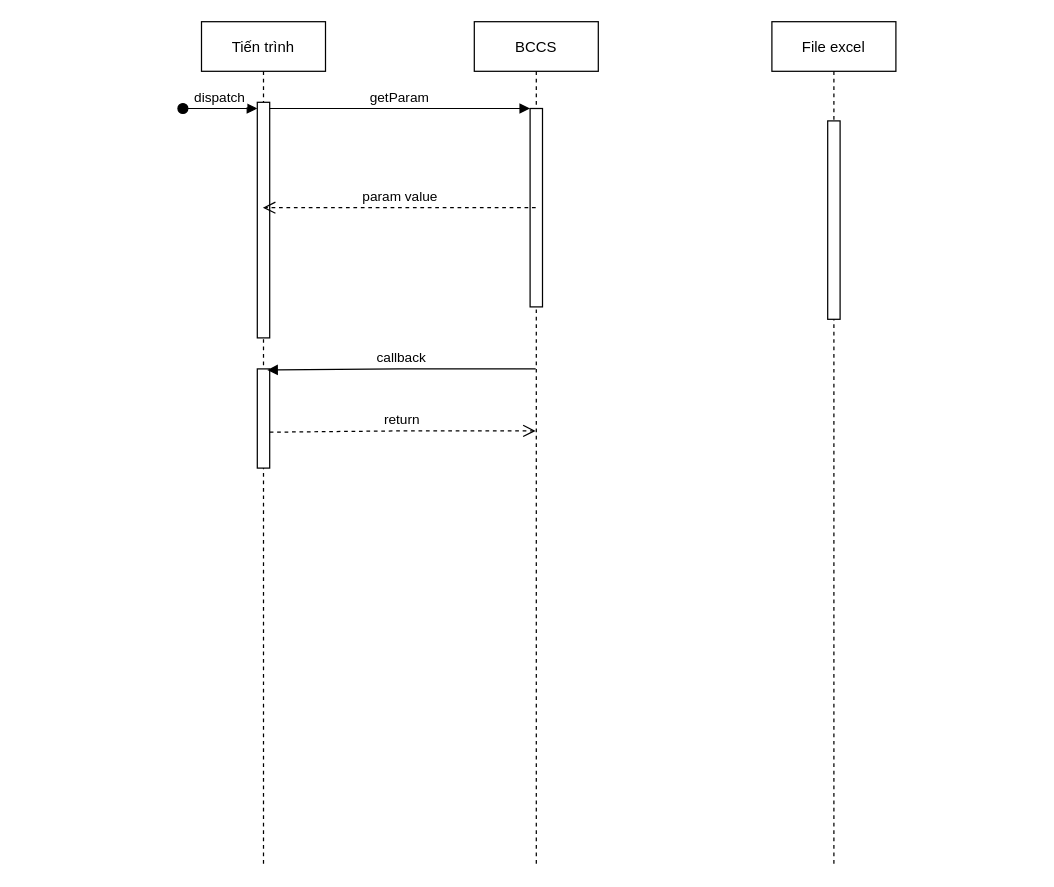
Before: Untitled Diagram.drawio in tvthieu/testmerge, a draw.io diagram. Source tidied: cells renumbered, new cells numbered last; positions are measured from the earlier drawing's top-left corner, leaving out a move shared by most shapes. Both pictures are drawn from the tidied source at 124%, with x=0, y=0 at pixel (182, 21).
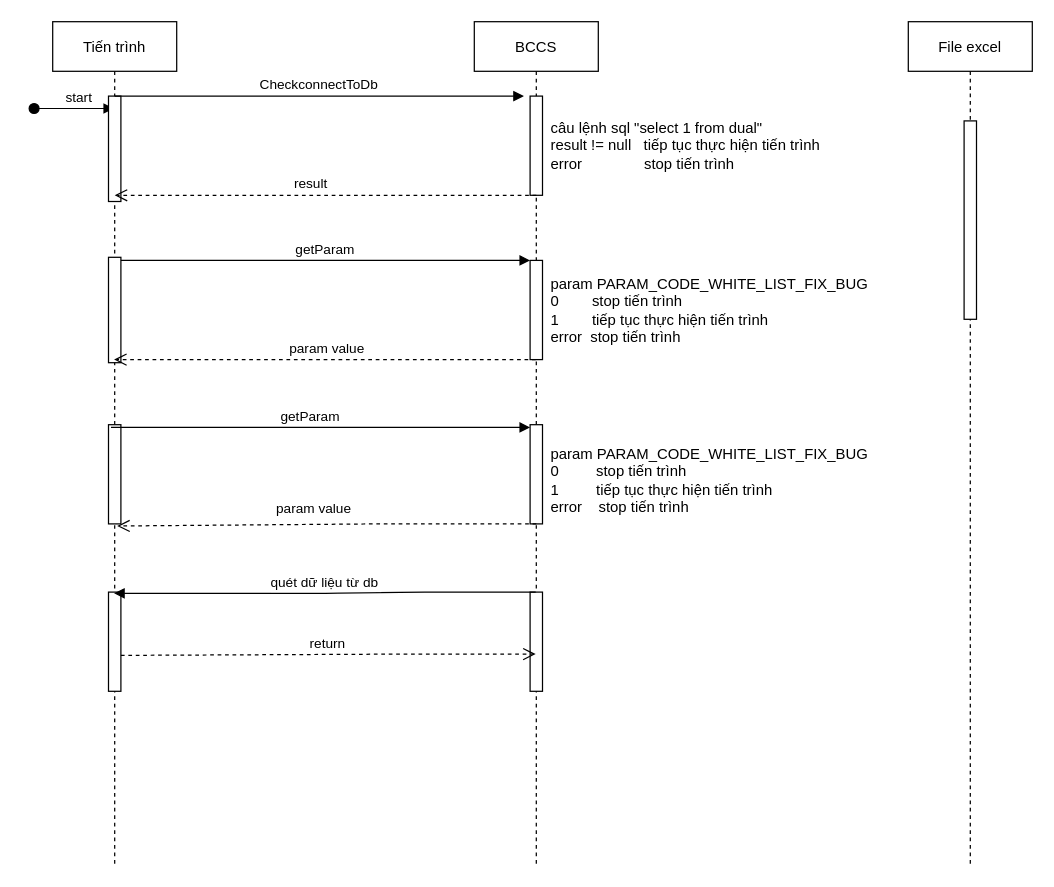
The same diagram, later.

The change refers to these unchanged cells:
```xml
<mxCell id="6" value="BCCS" style="shape=umlLifeline;perimeter=lifelinePerimeter;rounded=0;shadow=0;strokeWidth=1;" parent="1" vertex="1">
  <mxGeometry x="235" width="100" height="680" as="geometry" />
</mxCell>
```

The edit, as a diff of the source:
```diff
@@
     <mxCell id="2" value="Tiến trình" style="shape=umlLifeline;perimeter=lifelinePerimeter;rounded=0;shadow=0;strokeWidth=1;" parent="1" vertex="1">
-      <mxGeometry x="15" width="100" height="680" as="geometry" />
+      <mxGeometry x="-105" width="100" height="680" as="geometry" />
     </mxCell>
     <mxCell id="3" style="points=[];perimeter=orthogonalPerimeter;rounded=0;shadow=0;strokeWidth=1;" parent="2" vertex="1">
-      <mxGeometry x="45" y="65" width="10" height="190" as="geometry" />
+      <mxGeometry x="45" y="190" width="10" height="85" as="geometry" />
     </mxCell>
-    <mxCell id="4" value="dispatch" style="verticalAlign=bottom;startArrow=oval;endArrow=block;startSize=8;shadow=0;strokeWidth=1;" parent="2" edge="1" target="3">
-      <mxGeometry relative="1" as="geometry">
+    <mxCell id="4" value="start " style="verticalAlign=bottom;startArrow=oval;endArrow=block;startSize=8;shadow=0;strokeWidth=1;" parent="2" edge="1" target="2">
+      <mxGeometry x="0.17" relative="1" as="geometry">
         <mxPoint x="-15" y="70" as="sourcePoint" />
       </mxGeometry>
     </mxCell>
     <mxCell id="5" style="points=[];perimeter=orthogonalPerimeter;rounded=0;shadow=0;strokeWidth=1;" parent="2" vertex="1">
-      <mxGeometry x="45" y="280" width="10" height="80" as="geometry" />
+      <mxGeometry x="45" y="460" width="10" height="80" as="geometry" />
     </mxCell>
+    <mxCell id="14" style="perimeter=orthogonalPerimeter;rounded=0;shadow=0;strokeWidth=1;" parent="2" vertex="1">
+      <mxGeometry x="45" y="325" width="10" height="80" as="geometry" />
+    </mxCell>
+    <mxCell id="15" style="perimeter=orthogonalPerimeter;rounded=0;shadow=0;strokeWidth=1;" parent="2" vertex="1">
+      <mxGeometry x="45" y="60" width="10" height="85" as="geometry" />
+    </mxCell>
@@
     <mxCell id="7" style="points=[];perimeter=orthogonalPerimeter;rounded=0;shadow=0;strokeWidth=1;" parent="6" vertex="1">
-      <mxGeometry x="45" y="70" width="10" height="160" as="geometry" />
+      <mxGeometry x="45" y="192.5" width="10" height="80" as="geometry" />
     </mxCell>
+    <mxCell id="16" style="points=[];perimeter=orthogonalPerimeter;rounded=0;shadow=0;strokeWidth=1;" parent="6" vertex="1">
+      <mxGeometry x="45" y="325" width="10" height="80" as="geometry" />
+    </mxCell>
+    <mxCell id="17" style="perimeter=orthogonalPerimeter;rounded=0;shadow=0;strokeWidth=1;" parent="6" vertex="1">
+      <mxGeometry x="45" y="60" width="10" height="80" as="geometry" />
+    </mxCell>
+    <mxCell id="18" style="perimeter=orthogonalPerimeter;rounded=0;shadow=0;strokeWidth=1;" parent="6" vertex="1">
+      <mxGeometry x="45" y="460" width="10" height="80" as="geometry" />
+    </mxCell>
-    <mxCell id="8" value="param value" style="verticalAlign=bottom;endArrow=open;dashed=1;endSize=8;shadow=0;strokeWidth=1;" parent="1" edge="1" source="6" target="2">
+    <mxCell id="8" value="param value" style="verticalAlign=bottom;endArrow=open;dashed=1;endSize=8;shadow=0;strokeWidth=1;" parent="1" edge="1">
       <mxGeometry x="-0.01" relative="1" as="geometry">
+        <mxPoint x="284.5" y="272.5" as="sourcePoint" />
+        <mxPoint x="-55.5" y="272.5" as="targetPoint" />
         <Array as="points">
-          <mxPoint x="155" y="150" />
+          <mxPoint x="155" y="272.5" />
         </Array>
       </mxGeometry>
     </mxCell>
@@
-    <mxCell id="10" value="callback" style="verticalAlign=bottom;endArrow=block;entryX=0.53;entryY=0.413;shadow=0;strokeWidth=1;entryDx=0;entryDy=0;entryPerimeter=0;" parent="1" edge="1" source="6" target="2">
+    <mxCell id="10" value="quét dữ liệu từ db" style="verticalAlign=bottom;endArrow=block;shadow=0;strokeWidth=1;" parent="1" edge="1">
       <mxGeometry relative="1" as="geometry">
+        <mxPoint x="284.5" y="460" as="sourcePoint" />
+        <mxPoint x="-55.5" y="461" as="targetPoint" />
         <Array as="points">
-          <mxPoint x="185" y="280" />
+          <mxPoint x="185" y="460" />
+          <mxPoint x="115" y="461" />
         </Array>
       </mxGeometry>
     </mxCell>
-    <mxCell id="11" value="return" style="verticalAlign=bottom;endArrow=open;dashed=1;endSize=8;exitX=1;exitY=0.638;shadow=0;strokeWidth=1;exitDx=0;exitDy=0;exitPerimeter=0;" parent="1" edge="1" source="5" target="6">
+    <mxCell id="11" value="return" style="verticalAlign=bottom;endArrow=open;dashed=1;endSize=8;exitX=1;exitY=0.638;shadow=0;strokeWidth=1;exitDx=0;exitDy=0;exitPerimeter=0;" parent="1" edge="1" source="5">
       <mxGeometry relative="1" as="geometry">
+        <mxPoint x="284.5" y="510" as="targetPoint" />
         <Array as="points">
-          <mxPoint x="175" y="330" />
+          <mxPoint x="175" y="510" />
         </Array>
       </mxGeometry>
     </mxCell>
     <mxCell id="12" value="File excel" style="shape=umlLifeline;perimeter=lifelinePerimeter;rounded=0;shadow=0;strokeWidth=1;" parent="1" vertex="1">
-      <mxGeometry x="475" width="100" height="680" as="geometry" />
+      <mxGeometry x="585" width="100" height="680" as="geometry" />
     </mxCell>
@@
+    <mxCell id="19" value="&lt;div&gt;param PARAM_CODE_WHITE_LIST_FIX_BUG&lt;/div&gt;&lt;div&gt;&lt;span&gt;0&amp;nbsp; &amp;nbsp; &amp;nbsp; &amp;nbsp; stop tiến trình&lt;/span&gt;&lt;/div&gt;&lt;div&gt;1&amp;nbsp; &amp;nbsp; &amp;nbsp; &amp;nbsp; tiếp tục thực hiện tiến trình&lt;/div&gt;&lt;div&gt;error&amp;nbsp; stop tiến trình&lt;/div&gt;" style="text;html=1;strokeColor=none;fillColor=none;align=left;verticalAlign=middle;whiteSpace=wrap;rounded=0;" parent="1" vertex="1">
+      <mxGeometry x="295" y="207.5" width="270" height="50" as="geometry" />
+    </mxCell>
+    <mxCell id="20" value="getParam" style="verticalAlign=bottom;endArrow=block;shadow=0;strokeWidth=1;exitX=0.47;exitY=0.312;exitDx=0;exitDy=0;exitPerimeter=0;" parent="1" edge="1" target="16">
+      <mxGeometry x="-0.05" relative="1" as="geometry">
+        <mxPoint x="-58" y="327.2" as="sourcePoint" />
+      </mxGeometry>
+    </mxCell>
+    <mxCell id="21" value="param PARAM_CODE_WHITE_LIST_FIX_BUG&lt;br&gt;0&amp;nbsp; &amp;nbsp; &amp;nbsp; &amp;nbsp; &amp;nbsp;stop tiến trình&lt;br&gt;1&amp;nbsp; &amp;nbsp; &amp;nbsp; &amp;nbsp; &amp;nbsp;tiếp tục thực hiện tiến trình&lt;br&gt;error&amp;nbsp; &amp;nbsp; stop tiến trình" style="text;whiteSpace=wrap;html=1;" parent="1" vertex="1">
+      <mxGeometry x="295" y="335" width="270" height="70" as="geometry" />
+    </mxCell>
+    <mxCell id="22" value="param value" style="verticalAlign=bottom;endArrow=open;dashed=1;endSize=8;shadow=0;strokeWidth=1;entryX=0.52;entryY=0.429;entryDx=0;entryDy=0;entryPerimeter=0;" parent="1" edge="1">
+      <mxGeometry x="0.18" y="-20" relative="1" as="geometry">
+        <mxPoint x="285" y="405" as="sourcePoint" />
+        <mxPoint x="-53" y="406.7" as="targetPoint" />
+        <Array as="points">
+          <mxPoint x="155.5" y="405" />
+        </Array>
+        <mxPoint x="20" y="16" as="offset" />
+      </mxGeometry>
+    </mxCell>
+    <mxCell id="23" value="CheckconnectToDb" style="verticalAlign=bottom;endArrow=block;entryX=0;entryY=0;shadow=0;strokeWidth=1;" parent="1" edge="1">
+      <mxGeometry relative="1" as="geometry">
+        <mxPoint x="-55" y="60" as="sourcePoint" />
+        <mxPoint x="275" y="60" as="targetPoint" />
+      </mxGeometry>
+    </mxCell>
+    <mxCell id="24" value="result " style="verticalAlign=bottom;endArrow=open;dashed=1;endSize=8;shadow=0;strokeWidth=1;" parent="1" edge="1">
+      <mxGeometry x="0.06" relative="1" as="geometry">
+        <mxPoint x="285" y="140" as="sourcePoint" />
+        <mxPoint x="-55" y="140" as="targetPoint" />
+      </mxGeometry>
+    </mxCell>
+    <mxCell id="25" value="câu lệnh sql &quot;select 1 from dual&quot;&lt;br&gt;result != null&amp;nbsp; &amp;nbsp;tiếp tục thực hiện tiến trình&lt;br&gt;error&amp;nbsp; &amp;nbsp; &amp;nbsp; &amp;nbsp; &amp;nbsp; &amp;nbsp; &amp;nbsp; &amp;nbsp;stop tiến trình" style="text;html=1;strokeColor=none;fillColor=none;align=left;verticalAlign=middle;whiteSpace=wrap;rounded=0;" parent="1" vertex="1">
+      <mxGeometry x="295" y="70" width="240" height="60" as="geometry" />
+    </mxCell>
```
